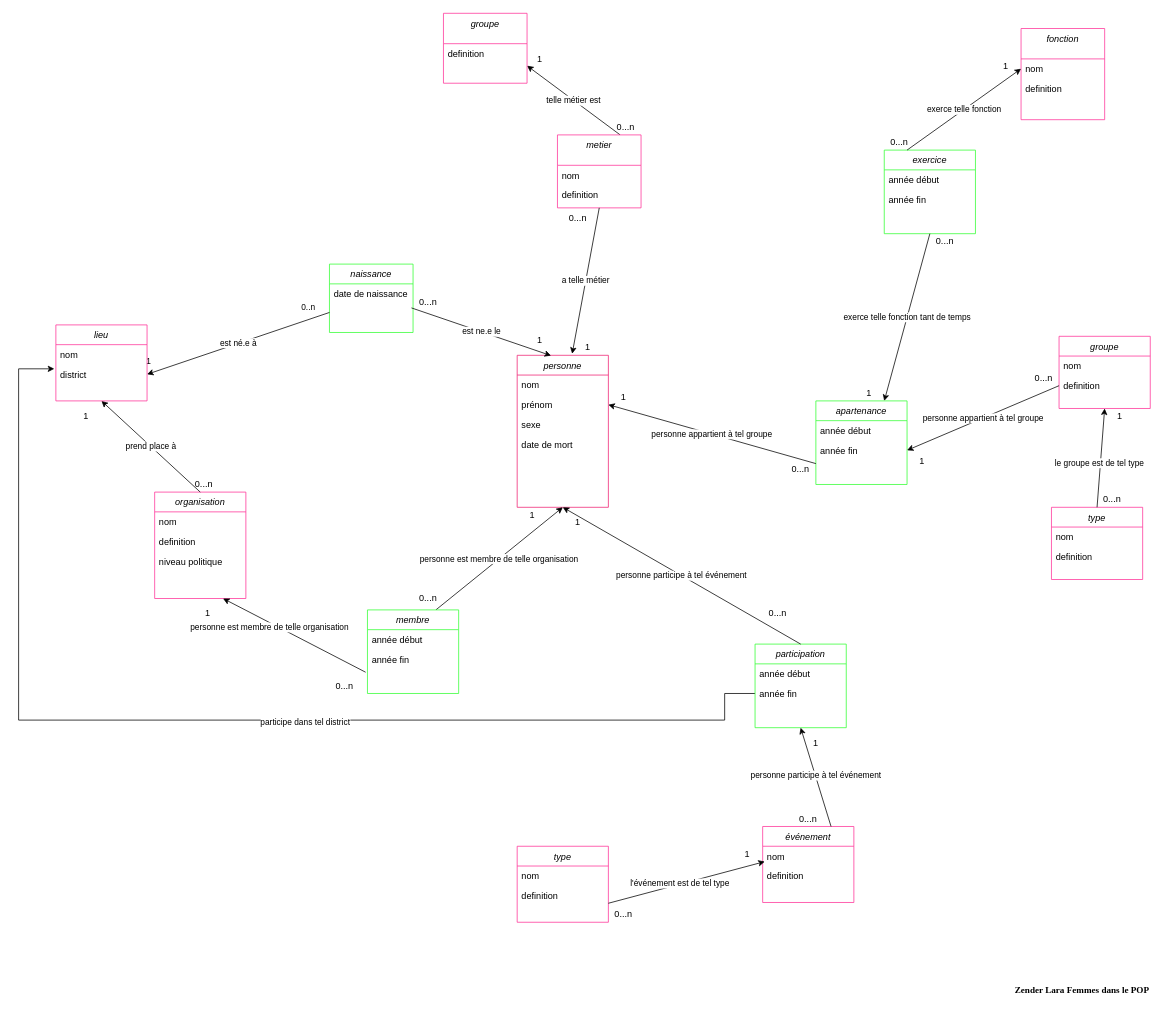
The draw.io diagram MCD_POP.drawio in Zenderl/memoire_POP, before the edit. Source tidied: cells renumbered, new cells numbered last; positions are measured from the earlier drawing's top-left corner, leaving out a move shared by most shapes. Both pictures are drawn from the tidied source at 76%, with x=0, y=0 at pixel (18, 13).
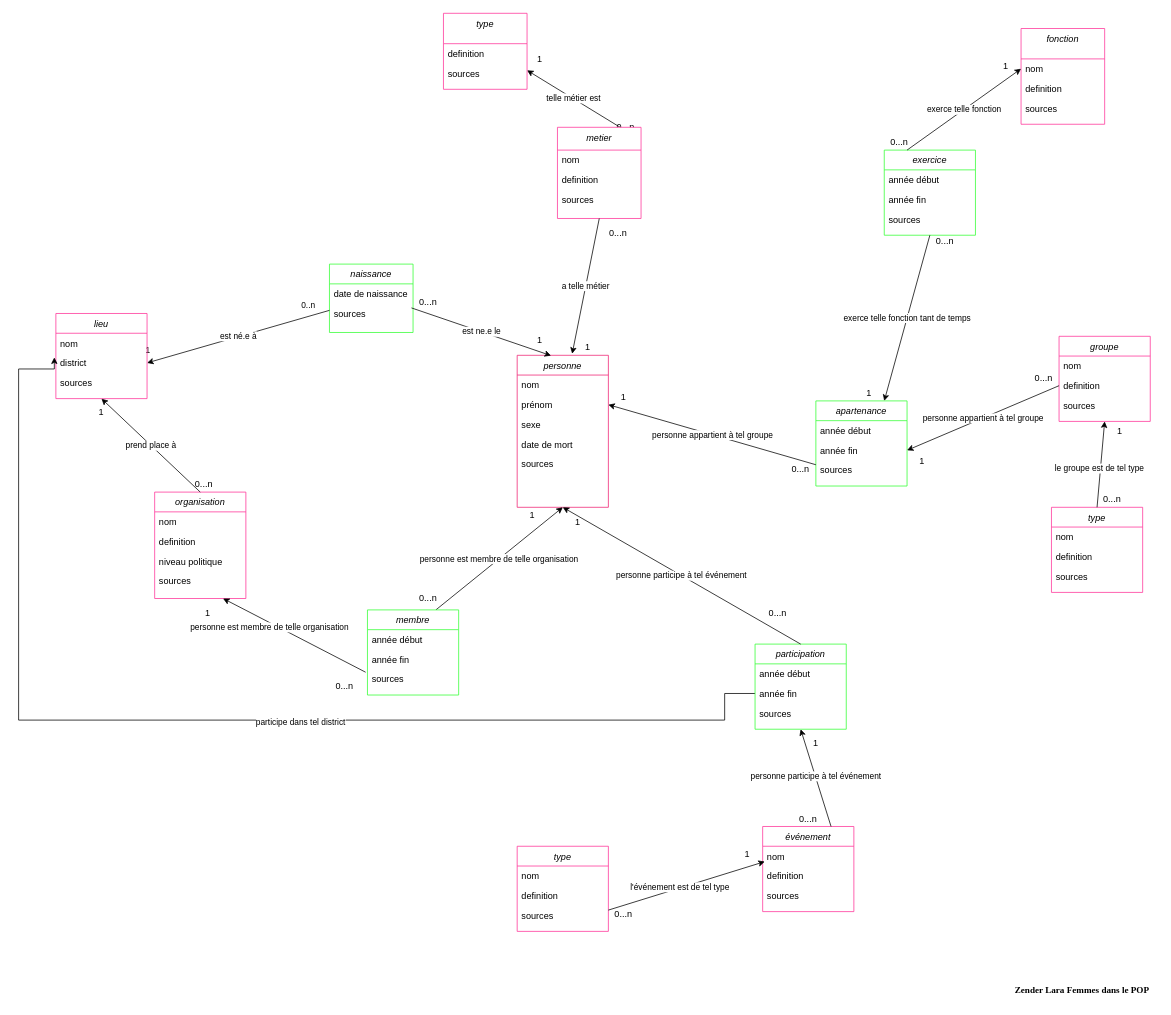
The same diagram, later.

The change refers to these unchanged cells:
```xml
<mxCell id="2" value="personne" style="swimlane;fontStyle=2;align=center;verticalAlign=top;horizontal=1;startSize=26;rounded=0;shadow=0;strokeWidth=1;strokeColor=#F02274;" parent="1" vertex="1">
  <mxGeometry x="656" y="450" width="120" height="200" as="geometry" />
</mxCell>
<mxCell id="7" value="naissance" style="swimlane;fontStyle=2;align=center;verticalAlign=top;horizontal=1;startSize=26;rounded=0;shadow=0;strokeWidth=1;strokeColor=#33FF33;" parent="1" vertex="1">
  <mxGeometry x="409" y="330" width="110" height="90" as="geometry" />
</mxCell>
<mxCell id="13" value="organisation" style="swimlane;fontStyle=2;align=center;verticalAlign=top;horizontal=1;startSize=26;rounded=0;shadow=0;strokeWidth=1;strokeColor=#FF3399;" parent="1" vertex="1">
  <mxGeometry x="179" y="630" width="120" height="140" as="geometry" />
</mxCell>
```

The edit, as a diff of the source:
```diff
@@
+    <mxCell id="110" value="sources" style="text;align=left;verticalAlign=top;spacingLeft=4;spacingRight=4;overflow=hidden;rounded=0;shadow=0;html=0;" parent="2" vertex="1">
+      <mxGeometry y="130" width="120" height="34" as="geometry" />
+    </mxCell>
@@
+    <mxCell id="111" value="sources" style="text;align=left;verticalAlign=top;spacingLeft=4;spacingRight=4;overflow=hidden;rounded=0;shadow=0;html=0;" parent="7" vertex="1">
+      <mxGeometry y="52" width="110" height="34" as="geometry" />
+    </mxCell>
@@
+    <mxCell id="112" value="sources" style="text;align=left;verticalAlign=top;spacingLeft=4;spacingRight=4;overflow=hidden;rounded=0;shadow=0;html=0;" parent="13" vertex="1">
+      <mxGeometry y="104" width="120" height="34" as="geometry" />
+    </mxCell>
@@
     <mxCell id="22" value="membre" style="swimlane;fontStyle=2;align=center;verticalAlign=top;horizontal=1;startSize=26;rounded=0;shadow=0;strokeWidth=1;strokeColor=#33FF33;" parent="1" vertex="1">
-      <mxGeometry x="459" y="785" width="120" height="110" as="geometry" />
+      <mxGeometry x="459" y="785" width="120" height="112" as="geometry" />
     </mxCell>
@@
+    <mxCell id="113" value="sources" style="text;align=left;verticalAlign=top;spacingLeft=4;spacingRight=4;overflow=hidden;rounded=0;shadow=0;html=0;" parent="22" vertex="1">
+      <mxGeometry y="78" width="120" height="34" as="geometry" />
+    </mxCell>
@@
     <mxCell id="29" value="1" style="text;strokeColor=none;align=center;fillColor=none;html=1;verticalAlign=middle;whiteSpace=wrap;rounded=0;" parent="1" vertex="1">
-      <mxGeometry x="79" y="520" width="20" height="20" as="geometry" />
+      <mxGeometry x="99" y="515" width="20" height="20" as="geometry" />
     </mxCell>
@@
-    <mxCell id="35" value="metier" style="swimlane;fontStyle=2;align=center;verticalAlign=top;horizontal=1;startSize=40;rounded=0;shadow=0;strokeWidth=1;strokeColor=#FF3399;" parent="1" vertex="1">
-      <mxGeometry x="709" y="160" width="110" height="96" as="geometry" />
+    <mxCell id="35" value="metier" style="swimlane;fontStyle=2;align=center;verticalAlign=top;horizontal=1;startSize=30;rounded=0;shadow=0;strokeWidth=1;strokeColor=#FF3399;" parent="1" vertex="1">
+      <mxGeometry x="709" y="150" width="110" height="120" as="geometry" />
     </mxCell>
     <mxCell id="36" value="nom" style="text;align=left;verticalAlign=top;spacingLeft=4;spacingRight=4;overflow=hidden;" parent="35" vertex="1">
-      <mxGeometry y="40" width="110" height="26" as="geometry" />
+      <mxGeometry y="30" width="110" height="26" as="geometry" />
     </mxCell>
     <mxCell id="37" value="definition" style="text;align=left;verticalAlign=top;spacingLeft=4;spacingRight=4;overflow=hidden;rounded=0;shadow=0;html=0;" parent="35" vertex="1">
-      <mxGeometry y="66" width="110" height="26" as="geometry" />
+      <mxGeometry y="56" width="110" height="26" as="geometry" />
     </mxCell>
+    <mxCell id="114" value="sources" style="text;align=left;verticalAlign=top;spacingLeft=4;spacingRight=4;overflow=hidden;rounded=0;shadow=0;html=0;" parent="35" vertex="1">
+      <mxGeometry y="82" width="110" height="34" as="geometry" />
+    </mxCell>
@@
-    <mxCell id="39" value="groupe" style="swimlane;fontStyle=2;align=center;verticalAlign=top;horizontal=1;startSize=40;rounded=0;shadow=0;strokeWidth=1;strokeColor=#FF3399;" parent="1" vertex="1">
-      <mxGeometry x="559" width="110" height="92" as="geometry" />
+    <mxCell id="39" value="type" style="swimlane;fontStyle=2;align=center;verticalAlign=top;horizontal=1;startSize=40;rounded=0;shadow=0;strokeWidth=1;strokeColor=#FF3399;" parent="1" vertex="1">
+      <mxGeometry x="559" width="110" height="100" as="geometry" />
     </mxCell>
@@
+    <mxCell id="115" value="sources" style="text;align=left;verticalAlign=top;spacingLeft=4;spacingRight=4;overflow=hidden;rounded=0;shadow=0;html=0;" parent="39" vertex="1">
+      <mxGeometry y="66" width="110" height="34" as="geometry" />
+    </mxCell>
     <mxCell id="41" value="0...n" style="text;strokeColor=none;align=center;fillColor=none;html=1;verticalAlign=middle;whiteSpace=wrap;rounded=0;" parent="1" vertex="1">
-      <mxGeometry x="716" y="260" width="40" height="20" as="geometry" />
+      <mxGeometry x="769" y="280" width="40" height="20" as="geometry" />
     </mxCell>
@@
     <mxCell id="44" value="groupe" style="swimlane;fontStyle=2;align=center;verticalAlign=top;horizontal=1;startSize=26;rounded=0;shadow=0;strokeWidth=1;strokeColor=#FF3399;" parent="1" vertex="1">
-      <mxGeometry x="1369" y="425" width="120" height="95" as="geometry" />
+      <mxGeometry x="1369" y="425" width="120" height="112" as="geometry" />
     </mxCell>
@@
+    <mxCell id="116" value="sources" style="text;align=left;verticalAlign=top;spacingLeft=4;spacingRight=4;overflow=hidden;rounded=0;shadow=0;html=0;" parent="44" vertex="1">
+      <mxGeometry y="78" width="120" height="34" as="geometry" />
+    </mxCell>
@@
     <mxCell id="50" value="lieu" style="swimlane;fontStyle=2;align=center;verticalAlign=top;horizontal=1;startSize=26;rounded=0;shadow=0;strokeWidth=1;strokeColor=#FF3399;" parent="1" vertex="1">
-      <mxGeometry x="49" y="410" width="120" height="100" as="geometry" />
+      <mxGeometry x="49" y="395" width="120" height="112" as="geometry" />
     </mxCell>
@@
+    <mxCell id="117" value="sources" style="text;align=left;verticalAlign=top;spacingLeft=4;spacingRight=4;overflow=hidden;rounded=0;shadow=0;html=0;" parent="50" vertex="1">
+      <mxGeometry y="78" width="120" height="34" as="geometry" />
+    </mxCell>
@@
     <mxCell id="55" value="événement" style="swimlane;fontStyle=2;align=center;verticalAlign=top;horizontal=1;startSize=26;rounded=0;shadow=0;strokeWidth=1;strokeColor=#FF3399;" parent="1" vertex="1">
-      <mxGeometry x="979" y="1070" width="120" height="100" as="geometry" />
+      <mxGeometry x="979" y="1070" width="120" height="112" as="geometry" />
     </mxCell>
@@
+    <mxCell id="118" value="sources" style="text;align=left;verticalAlign=top;spacingLeft=4;spacingRight=4;overflow=hidden;rounded=0;shadow=0;html=0;" parent="55" vertex="1">
+      <mxGeometry y="78" width="120" height="34" as="geometry" />
+    </mxCell>
@@
     <mxCell id="63" value="participation" style="swimlane;fontStyle=2;align=center;verticalAlign=top;horizontal=1;startSize=26;rounded=0;shadow=0;strokeWidth=1;strokeColor=#33FF33;" parent="1" vertex="1">
-      <mxGeometry x="969" y="830" width="120" height="110" as="geometry" />
+      <mxGeometry x="969" y="830" width="120" height="112" as="geometry" />
     </mxCell>
@@
+    <mxCell id="119" value="sources" style="text;align=left;verticalAlign=top;spacingLeft=4;spacingRight=4;overflow=hidden;rounded=0;shadow=0;html=0;" parent="63" vertex="1">
+      <mxGeometry y="78" width="120" height="34" as="geometry" />
+    </mxCell>
@@
     <mxCell id="72" value="type" style="swimlane;fontStyle=2;align=center;verticalAlign=top;horizontal=1;startSize=26;rounded=0;shadow=0;strokeWidth=1;strokeColor=#FF3399;" parent="1" vertex="1">
-      <mxGeometry x="656" y="1096" width="120" height="100" as="geometry" />
+      <mxGeometry x="656" y="1096" width="120" height="112" as="geometry" />
     </mxCell>
@@
+    <mxCell id="120" value="sources" style="text;align=left;verticalAlign=top;spacingLeft=4;spacingRight=4;overflow=hidden;rounded=0;shadow=0;html=0;" parent="72" vertex="1">
+      <mxGeometry y="78" width="120" height="34" as="geometry" />
+    </mxCell>
@@
     <mxCell id="79" value="apartenance" style="swimlane;fontStyle=2;align=center;verticalAlign=top;horizontal=1;startSize=26;rounded=0;shadow=0;strokeWidth=1;strokeColor=#33FF33;" parent="1" vertex="1">
-      <mxGeometry x="1049" y="510" width="120" height="110" as="geometry" />
+      <mxGeometry x="1049" y="510" width="120" height="112" as="geometry" />
     </mxCell>
@@
+    <mxCell id="121" value="sources" style="text;align=left;verticalAlign=top;spacingLeft=4;spacingRight=4;overflow=hidden;rounded=0;shadow=0;html=0;" parent="79" vertex="1">
+      <mxGeometry y="78" width="120" height="34" as="geometry" />
+    </mxCell>
@@
     <mxCell id="86" value="type" style="swimlane;fontStyle=2;align=center;verticalAlign=top;horizontal=1;startSize=26;rounded=0;shadow=0;strokeWidth=1;strokeColor=#FF3399;" parent="1" vertex="1">
-      <mxGeometry x="1359" y="650" width="120" height="95" as="geometry" />
+      <mxGeometry x="1359" y="650" width="120" height="112" as="geometry" />
     </mxCell>
@@
+    <mxCell id="122" value="sources" style="text;align=left;verticalAlign=top;spacingLeft=4;spacingRight=4;overflow=hidden;rounded=0;shadow=0;html=0;" parent="86" vertex="1">
+      <mxGeometry y="78" width="120" height="34" as="geometry" />
+    </mxCell>
     <mxCell id="90" value="exercice" style="swimlane;fontStyle=2;align=center;verticalAlign=top;horizontal=1;startSize=26;rounded=0;shadow=0;strokeWidth=1;strokeColor=#33FF33;" parent="1" vertex="1">
-      <mxGeometry x="1139" y="180" width="120" height="110" as="geometry" />
+      <mxGeometry x="1139" y="180" width="120" height="112" as="geometry" />
     </mxCell>
@@
+    <mxCell id="123" value="sources" style="text;align=left;verticalAlign=top;spacingLeft=4;spacingRight=4;overflow=hidden;rounded=0;shadow=0;html=0;" parent="90" vertex="1">
+      <mxGeometry y="78" width="120" height="34" as="geometry" />
+    </mxCell>
     <mxCell id="94" value="fonction" style="swimlane;fontStyle=2;align=center;verticalAlign=top;horizontal=1;startSize=40;rounded=0;shadow=0;strokeWidth=1;strokeColor=#FF3399;" parent="1" vertex="1">
-      <mxGeometry x="1319" y="20" width="110" height="120" as="geometry" />
+      <mxGeometry x="1319" y="20" width="110" height="126" as="geometry" />
     </mxCell>
@@
+    <mxCell id="124" value="sources" style="text;align=left;verticalAlign=top;spacingLeft=4;spacingRight=4;overflow=hidden;rounded=0;shadow=0;html=0;" parent="94" vertex="1">
+      <mxGeometry y="92" width="110" height="34" as="geometry" />
+    </mxCell>
@@
     <mxCell id="106" value="1" style="text;strokeColor=none;align=center;fillColor=none;html=1;verticalAlign=middle;whiteSpace=wrap;rounded=0;" parent="1" vertex="1">
-      <mxGeometry x="1429" y="520" width="40" height="20" as="geometry" />
+      <mxGeometry x="1429" y="540" width="40" height="20" as="geometry" />
     </mxCell>
```
